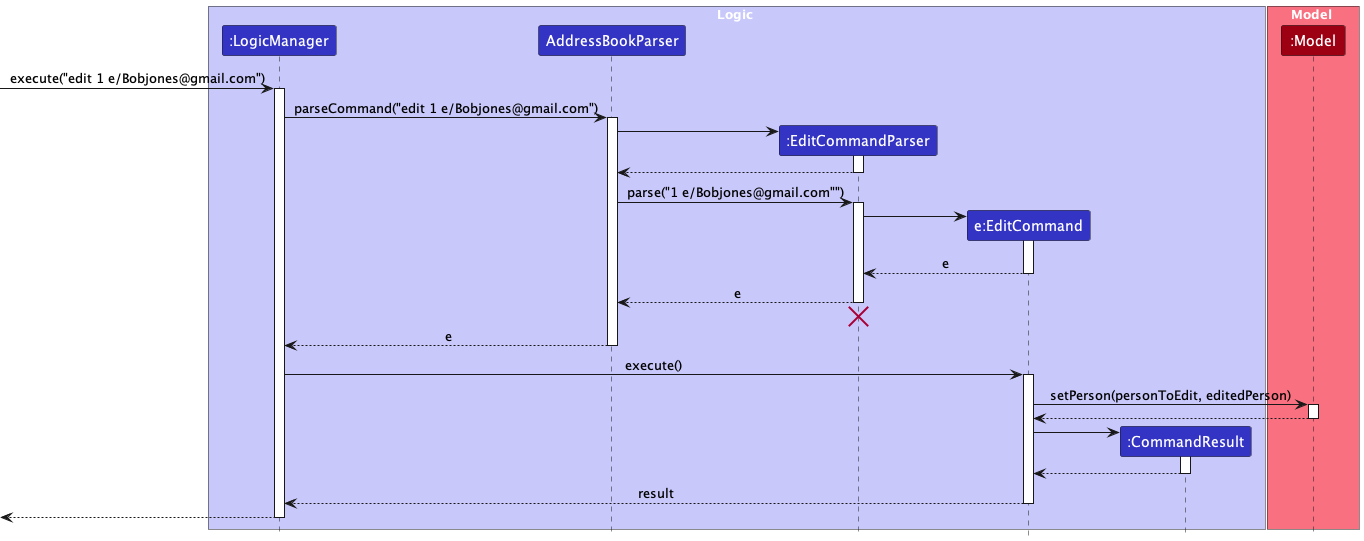
Earlier version of the PlantUML export docs/images/EditCommandSequenceDiagram.png (nus-cs2103-AY2223S2/tp).
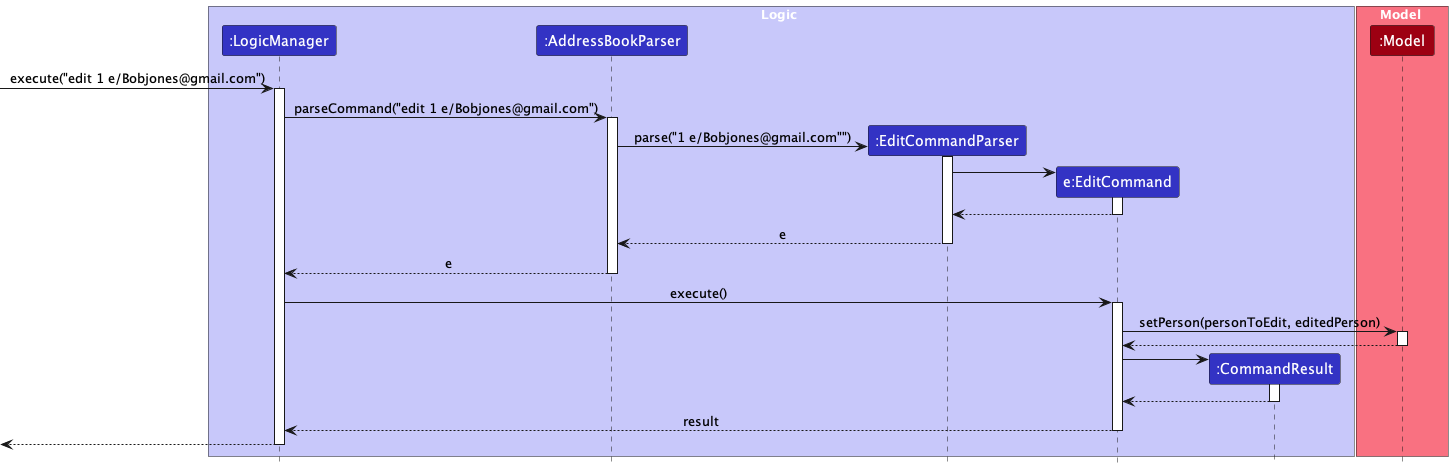
The same file after the commit.

What changed in the source:
```diff
@@ -3,7 +3,7 @@
 
 box Logic LOGIC_COLOR_T1
 participant ":LogicManager" as LogicManager LOGIC_COLOR
-participant AddressBookParser as AddressBookParser LOGIC_COLOR
+participant ":AddressBookParser" as AddressBookParser LOGIC_COLOR
 participant ":EditCommandParser" as EditCommandParser LOGIC_COLOR
 participant "e:EditCommand" as EditCommand LOGIC_COLOR
 participant ":CommandResult" as CommandResult LOGIC_COLOR
@@ -20,12 +20,6 @@
 activate AddressBookParser
 
 create EditCommandParser
-AddressBookParser -> EditCommandParser
-activate EditCommandParser
-
-EditCommandParser --> AddressBookParser
-deactivate EditCommandParser
-
 AddressBookParser -> EditCommandParser : parse("1 e/Bobjones@gmail.com"")
 activate EditCommandParser
 
@@ -33,13 +27,11 @@
 EditCommandParser -> EditCommand
 activate EditCommand
 
-EditCommand --> EditCommandParser : e
+EditCommand --> EditCommandParser
 deactivate EditCommand
 
 EditCommandParser --> AddressBookParser : e
 deactivate EditCommandParser
-EditCommandParser -[hidden]-> AddressBookParser
-destroy EditCommandParser
 
 AddressBookParser --> LogicManager : e
 deactivate AddressBookParser
```
